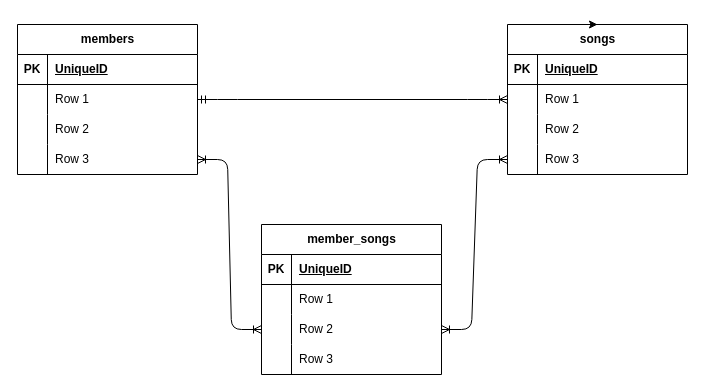
This is ER.dio from masashikuwahara/hinabase, a draw.io file, before an edit. Source tidied: cells renumbered, new cells numbered last; positions are measured from the earlier drawing's top-left corner, leaving out a move shared by most shapes. Both pictures are drawn from the tidied source at 100%, with x=0, y=0 at pixel (17, 24).
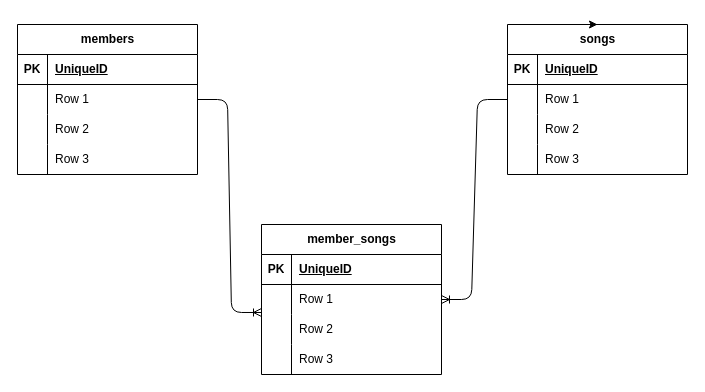
After the change.

Unchanged cells that the change refers to:
```xml
<mxCell id="6" style="shape=tableRow;horizontal=0;startSize=0;swimlaneHead=0;swimlaneBody=0;fillColor=none;points=[[0,0.5],[1,0.5]];portConstraint=eastwest;top=0;left=0;right=0;bottom=0;" parent="2" vertex="1">
  <mxGeometry y="60" width="180" height="30" as="geometry" />
</mxCell>
<mxCell id="9" style="shape=tableRow;horizontal=0;startSize=0;swimlaneHead=0;swimlaneBody=0;fillColor=none;points=[[0,0.5],[1,0.5]];portConstraint=eastwest;top=0;left=0;right=0;bottom=0;" parent="2" vertex="1">
  <mxGeometry y="90" width="180" height="30" as="geometry" />
</mxCell>
<mxCell id="19" style="shape=tableRow;horizontal=0;startSize=0;swimlaneHead=0;swimlaneBody=0;fillColor=none;points=[[0,0.5],[1,0.5]];portConstraint=eastwest;top=0;left=0;right=0;bottom=0;" parent="15" vertex="1">
  <mxGeometry y="60" width="180" height="30" as="geometry" />
</mxCell>
<mxCell id="25" style="shape=tableRow;horizontal=0;startSize=0;swimlaneHead=0;swimlaneBody=0;fillColor=none;points=[[0,0.5],[1,0.5]];portConstraint=eastwest;top=0;left=0;right=0;bottom=0;" parent="15" vertex="1">
  <mxGeometry y="120" width="180" height="30" as="geometry" />
</mxCell>
<mxCell id="32" style="shape=tableRow;horizontal=0;startSize=0;swimlaneHead=0;swimlaneBody=0;fillColor=none;points=[[0,0.5],[1,0.5]];portConstraint=eastwest;top=0;left=0;right=0;bottom=0;" parent="28" vertex="1">
  <mxGeometry y="60" width="180" height="30" as="geometry" />
</mxCell>
<mxCell id="38" style="shape=tableRow;horizontal=0;startSize=0;swimlaneHead=0;swimlaneBody=0;fillColor=none;points=[[0,0.5],[1,0.5]];portConstraint=eastwest;top=0;left=0;right=0;bottom=0;" parent="28" vertex="1">
  <mxGeometry y="120" width="180" height="30" as="geometry" />
</mxCell>
```

What changed in the source:
```diff
@@
-    <mxCell id="41" style="edgeStyle=entityRelationEdgeStyle;fontSize=12;html=1;endArrow=ERoneToMany;startArrow=ERmandOne;exitX=1;exitY=0.5;exitDx=0;exitDy=0;" parent="1" edge="1" source="32" target="19">
-      <mxGeometry relative="1" as="geometry" />
-    </mxCell>
@@
-    <mxCell id="43" style="edgeStyle=entityRelationEdgeStyle;fontSize=12;html=1;endArrow=ERoneToMany;startArrow=ERoneToMany;entryX=0;entryY=0.5;entryDx=0;entryDy=0;exitX=1;exitY=0.5;exitDx=0;exitDy=0;" parent="1" edge="1" source="9" target="25">
-      <mxGeometry relative="1" as="geometry" />
-    </mxCell>
-    <mxCell id="44" style="edgeStyle=entityRelationEdgeStyle;fontSize=12;html=1;endArrow=ERoneToMany;startArrow=ERoneToMany;exitX=0;exitY=0.5;exitDx=0;exitDy=0;" parent="1" edge="1" source="9" target="38">
+    <mxCell id="44" style="edgeStyle=entityRelationEdgeStyle;fontSize=12;html=1;endArrow=ERoneToMany;entryX=0;entryY=-0.067;entryDx=0;entryDy=0;entryPerimeter=0;" parent="1" edge="1" source="32" target="9">
       <mxGeometry relative="1" as="geometry" />
     </mxCell>
+    <mxCell id="45" style="edgeStyle=entityRelationEdgeStyle;fontSize=12;html=1;endArrow=ERoneToMany;entryX=1;entryY=0.5;entryDx=0;entryDy=0;exitX=0;exitY=0.5;exitDx=0;exitDy=0;" parent="1" edge="1" source="19" target="6">
+      <mxGeometry relative="1" as="geometry">
+        <Array as="points">
+          <mxPoint x="440" y="148" />
+          <mxPoint x="490" y="90" />
+          <mxPoint x="383" y="110" />
+        </Array>
+      </mxGeometry>
+    </mxCell>
```
